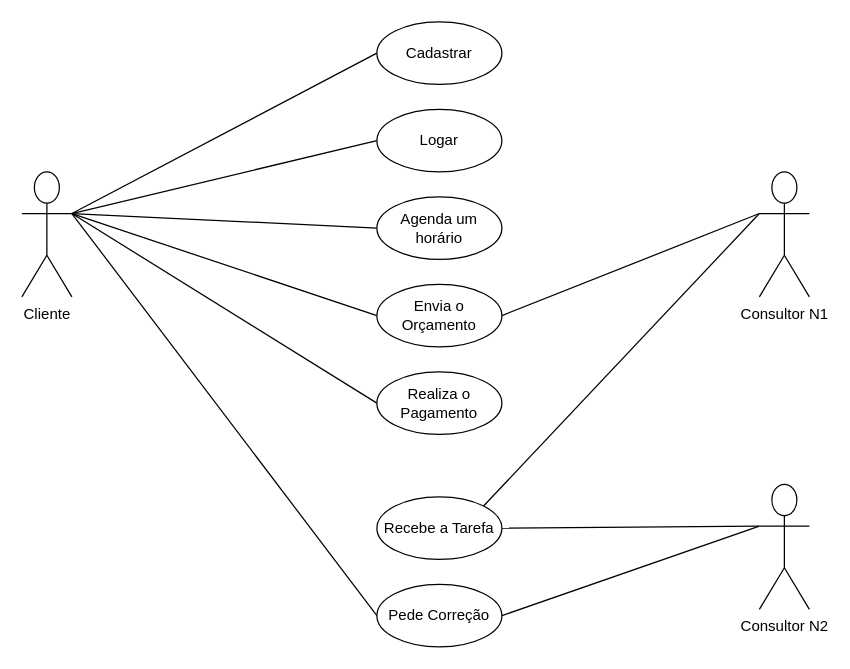
The draw.io diagram Caso de Uso.drawio in gtamagnini/PROJETO-CRAWLER, before the edit. Source tidied: cells renumbered, new cells numbered last; positions are measured from the earlier drawing's top-left corner, leaving out a move shared by most shapes. Both pictures are drawn from the tidied source at 125%, with x=0, y=0 at pixel (21, 21).
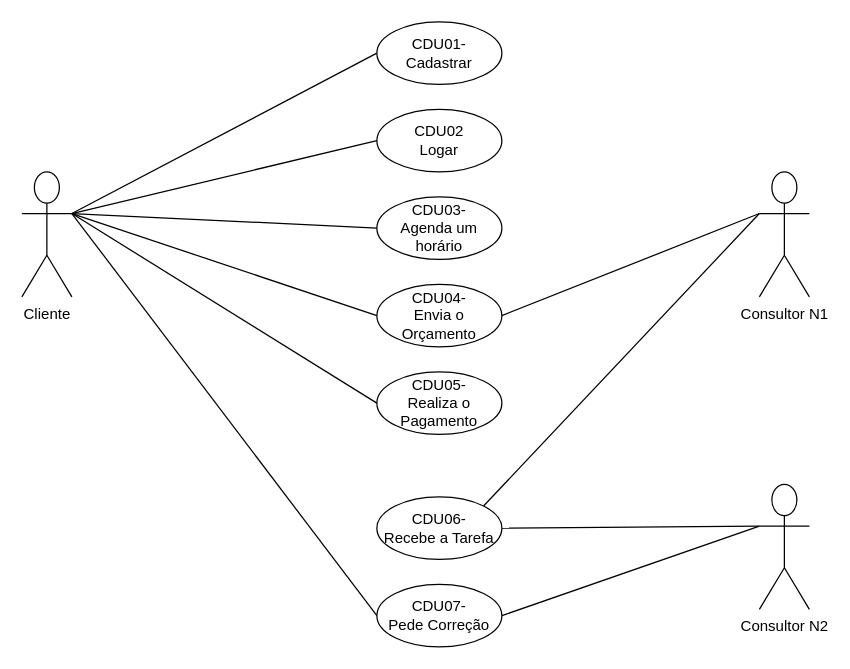
The same diagram, later.

Diff of the diagram source:
```diff
@@
-    <mxCell id="7" value="Agenda um horário" style="ellipse;whiteSpace=wrap;html=1;" parent="1" vertex="1">
+    <mxCell id="7" value="CDU03-&lt;br&gt;Agenda um horário" style="ellipse;whiteSpace=wrap;html=1;" parent="1" vertex="1">
       <mxGeometry x="284" y="140" width="100" height="50" as="geometry" />
     </mxCell>
-    <mxCell id="8" value="Cadastrar" style="ellipse;whiteSpace=wrap;html=1;" parent="1" vertex="1">
+    <mxCell id="8" value="CDU01- Cadastrar" style="ellipse;whiteSpace=wrap;html=1;" parent="1" vertex="1">
       <mxGeometry x="284" width="100" height="50" as="geometry" />
     </mxCell>
@@
-    <mxCell id="11" value="Envia o Orçamento" style="ellipse;whiteSpace=wrap;html=1;" parent="1" vertex="1">
+    <mxCell id="11" value="CDU04-&lt;br&gt;Envia o Orçamento" style="ellipse;whiteSpace=wrap;html=1;" parent="1" vertex="1">
       <mxGeometry x="284" y="210" width="100" height="50" as="geometry" />
     </mxCell>
@@
-    <mxCell id="13" value="Logar" style="ellipse;whiteSpace=wrap;html=1;" parent="1" vertex="1">
+    <mxCell id="13" value="CDU02&lt;br&gt;Logar" style="ellipse;whiteSpace=wrap;html=1;" parent="1" vertex="1">
       <mxGeometry x="284" y="70" width="100" height="50" as="geometry" />
     </mxCell>
-    <mxCell id="14" value="Realiza o Pagamento" style="ellipse;whiteSpace=wrap;html=1;" parent="1" vertex="1">
+    <mxCell id="14" value="CDU05-&lt;br&gt;Realiza o Pagamento" style="ellipse;whiteSpace=wrap;html=1;" parent="1" vertex="1">
       <mxGeometry x="284" y="280" width="100" height="50" as="geometry" />
     </mxCell>
@@
-    <mxCell id="18" value="Recebe a Tarefa" style="ellipse;whiteSpace=wrap;html=1;" parent="1" vertex="1">
+    <mxCell id="18" value="CDU06-&lt;br&gt;Recebe a Tarefa" style="ellipse;whiteSpace=wrap;html=1;" parent="1" vertex="1">
       <mxGeometry x="284" y="380" width="100" height="50" as="geometry" />
     </mxCell>
@@
-    <mxCell id="21" value="Pede Correção" style="ellipse;whiteSpace=wrap;html=1;" parent="1" vertex="1">
+    <mxCell id="21" value="CDU07-&lt;br&gt;Pede Correção" style="ellipse;whiteSpace=wrap;html=1;" parent="1" vertex="1">
       <mxGeometry x="284" y="450" width="100" height="50" as="geometry" />
     </mxCell>
```
